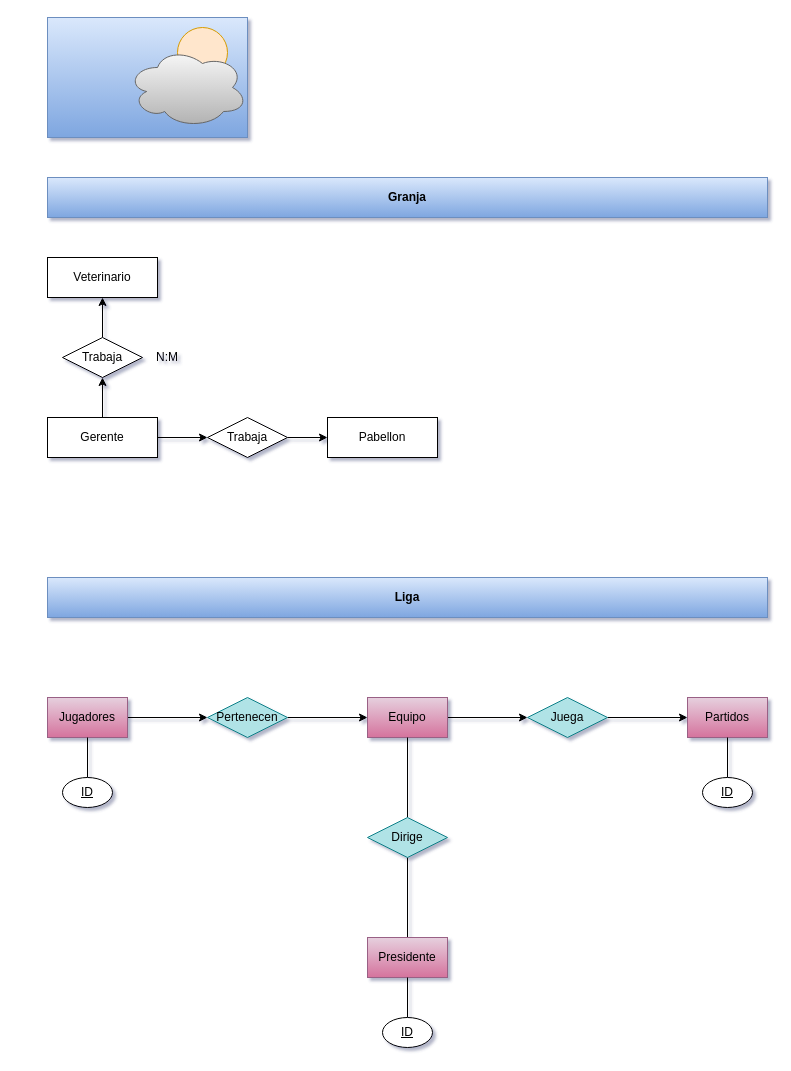
The draw.io diagram BAE/tarea1.drawio in toninavhd/1-DAW_pt2, before the edit. Source tidied: cells renumbered, new cells numbered last; positions are measured from the earlier drawing's top-left corner, leaving out a move shared by most shapes. Both pictures are drawn from the tidied source at 100%, with x=0, y=0 at pixel (47, 17).
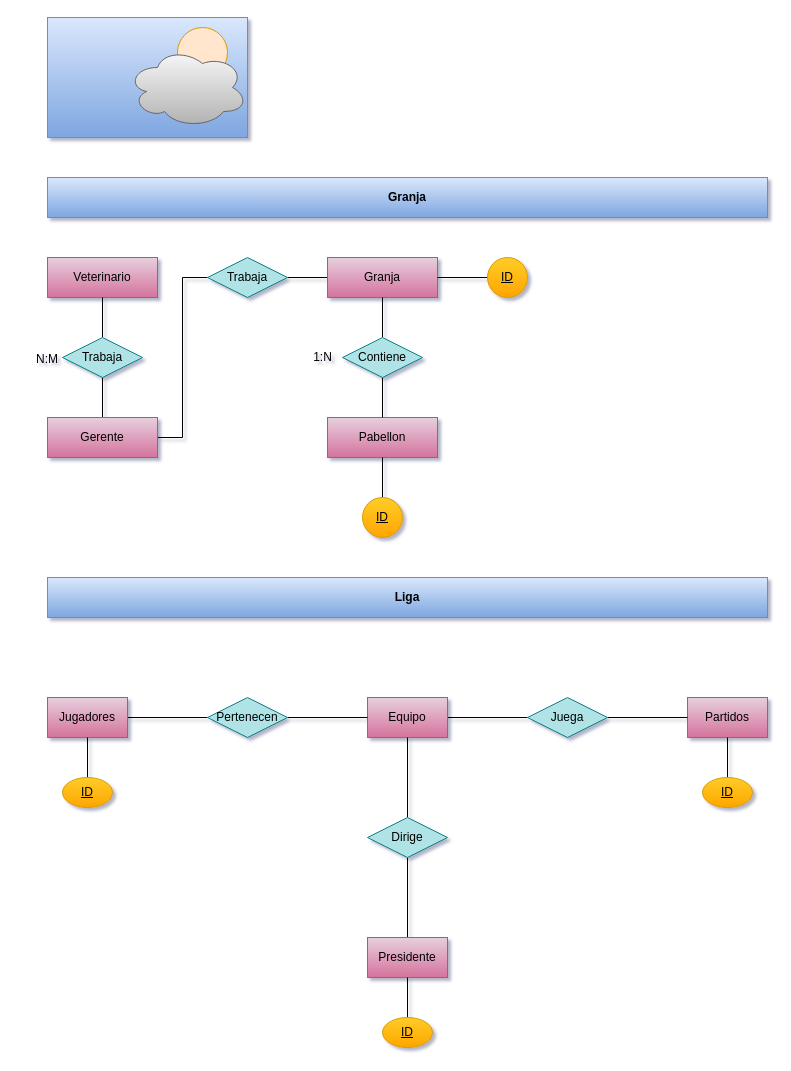
Above is the later version.

The change refers to these unchanged cells:
```xml
<mxCell id="18" value="Jugadores" style="rounded=0;whiteSpace=wrap;html=1;fillColor=#e6d0de;gradientColor=#d5739d;strokeColor=#996185;" parent="1" vertex="1">
  <mxGeometry y="680" width="80" height="40" as="geometry" />
</mxCell>
<mxCell id="20" value="Equipo" style="rounded=0;whiteSpace=wrap;html=1;fillColor=#e6d0de;gradientColor=#d5739d;strokeColor=#996185;" parent="1" vertex="1">
  <mxGeometry x="320" y="680" width="80" height="40" as="geometry" />
</mxCell>
<mxCell id="21" value="&lt;div&gt;Partidos&lt;/div&gt;" style="rounded=0;whiteSpace=wrap;html=1;fillColor=#e6d0de;gradientColor=#d5739d;strokeColor=#996185;" parent="1" vertex="1">
  <mxGeometry x="640" y="680" width="80" height="40" as="geometry" />
</mxCell>
<mxCell id="23" value="Pertenecen" style="rhombus;whiteSpace=wrap;html=1;fillColor=#b0e3e6;strokeColor=#0e8088;" parent="1" vertex="1">
  <mxGeometry x="160" y="680" width="80" height="40" as="geometry" />
</mxCell>
<mxCell id="25" value="&lt;div&gt;Juega&lt;/div&gt;" style="rhombus;whiteSpace=wrap;html=1;fillColor=#b0e3e6;strokeColor=#0e8088;" parent="1" vertex="1">
  <mxGeometry x="480" y="680" width="80" height="40" as="geometry" />
</mxCell>
```

The edit, as a diff of the source:
```diff
@@
-    <mxCell id="5" value="&lt;div&gt;Veterinario&lt;/div&gt;" style="rounded=0;whiteSpace=wrap;html=1;" parent="1" vertex="1">
+    <mxCell id="5" value="&lt;div&gt;Veterinario&lt;/div&gt;" style="rounded=0;whiteSpace=wrap;html=1;fillColor=#e6d0de;gradientColor=#d5739d;strokeColor=#996185;" parent="1" vertex="1">
       <mxGeometry y="240" width="110" height="40" as="geometry" />
     </mxCell>
-    <mxCell id="6" style="edgeStyle=orthogonalEdgeStyle;rounded=0;jettySize=auto;html=1;exitX=0.5;exitY=0;exitDx=0;exitDy=0;entryX=0.5;entryY=1;entryDx=0;entryDy=0;" parent="1" edge="1" source="8" target="10">
+    <mxCell id="6" style="edgeStyle=orthogonalEdgeStyle;rounded=0;jettySize=auto;html=1;exitX=0.5;exitY=0;exitDx=0;exitDy=0;entryX=0.5;entryY=1;entryDx=0;entryDy=0;endArrow=none;endFill=0;" parent="1" edge="1" source="8" target="10">
       <mxGeometry relative="1" as="geometry" />
     </mxCell>
-    <mxCell id="7" style="edgeStyle=orthogonalEdgeStyle;rounded=0;jettySize=auto;html=1;exitX=1;exitY=0.5;exitDx=0;exitDy=0;entryX=0;entryY=0.5;entryDx=0;entryDy=0;" parent="1" edge="1" source="8" target="12">
+    <mxCell id="7" style="edgeStyle=orthogonalEdgeStyle;rounded=0;jettySize=auto;html=1;exitX=1;exitY=0.5;exitDx=0;exitDy=0;entryX=0;entryY=0.5;entryDx=0;entryDy=0;endArrow=none;endFill=0;" parent="1" edge="1" source="8" target="12">
       <mxGeometry relative="1" as="geometry" />
     </mxCell>
-    <mxCell id="8" value="&lt;div&gt;Gerente&lt;/div&gt;" style="rounded=0;whiteSpace=wrap;html=1;" parent="1" vertex="1">
+    <mxCell id="8" value="&lt;div&gt;Gerente&lt;/div&gt;" style="rounded=0;whiteSpace=wrap;html=1;fillColor=#e6d0de;gradientColor=#d5739d;strokeColor=#996185;" parent="1" vertex="1">
       <mxGeometry y="400" width="110" height="40" as="geometry" />
     </mxCell>
-    <mxCell id="9" style="edgeStyle=orthogonalEdgeStyle;rounded=0;jettySize=auto;html=1;exitX=0.5;exitY=0;exitDx=0;exitDy=0;" parent="1" edge="1" source="10" target="5">
+    <mxCell id="9" style="edgeStyle=orthogonalEdgeStyle;rounded=0;jettySize=auto;html=1;exitX=0.5;exitY=0;exitDx=0;exitDy=0;endArrow=none;endFill=0;" parent="1" edge="1" source="10" target="5">
       <mxGeometry relative="1" as="geometry" />
     </mxCell>
-    <mxCell id="10" value="&lt;div&gt;Trabaja&lt;/div&gt;" style="rhombus;whiteSpace=wrap;html=1;" parent="1" vertex="1">
+    <mxCell id="10" value="&lt;div&gt;Trabaja&lt;/div&gt;" style="rhombus;whiteSpace=wrap;html=1;fillColor=#b0e3e6;strokeColor=#0e8088;" parent="1" vertex="1">
       <mxGeometry x="15" y="320" width="80" height="40" as="geometry" />
     </mxCell>
-    <mxCell id="11" style="edgeStyle=orthogonalEdgeStyle;rounded=0;jettySize=auto;html=1;exitX=1;exitY=0.5;exitDx=0;exitDy=0;" parent="1" edge="1" source="12" target="16">
-      <mxGeometry relative="1" as="geometry" />
-    </mxCell>
+    <mxCell id="36" style="edgeStyle=orthogonalEdgeStyle;rounded=0;jettySize=auto;html=1;exitX=1;exitY=0.5;exitDx=0;exitDy=0;entryX=0;entryY=0.5;entryDx=0;entryDy=0;endArrow=none;endFill=0;" parent="1" edge="1" source="12" target="39">
+      <mxGeometry relative="1" as="geometry" />
+    </mxCell>
-    <mxCell id="12" value="&lt;div&gt;Trabaja&lt;/div&gt;" style="rhombus;whiteSpace=wrap;html=1;" parent="1" vertex="1">
-      <mxGeometry x="160" y="400" width="80" height="40" as="geometry" />
+    <mxCell id="12" value="&lt;div&gt;Trabaja&lt;/div&gt;" style="rhombus;whiteSpace=wrap;html=1;fillColor=#b0e3e6;strokeColor=#0e8088;" parent="1" vertex="1">
+      <mxGeometry x="160" y="240" width="80" height="40" as="geometry" />
     </mxCell>
     <mxCell id="13" value="N:M" style="text;html=1;align=center;verticalAlign=middle;whiteSpace=wrap;rounded=0;" parent="1" vertex="1">
-      <mxGeometry x="90" y="325" width="60" height="30" as="geometry" />
+      <mxGeometry x="-30" y="327" width="60" height="30" as="geometry" />
     </mxCell>
@@
-    <mxCell id="16" value="&lt;div&gt;Pabellon&lt;/div&gt;" style="rounded=0;whiteSpace=wrap;html=1;" parent="1" vertex="1">
+    <mxCell id="16" value="&lt;div&gt;Pabellon&lt;/div&gt;" style="rounded=0;whiteSpace=wrap;html=1;fillColor=#e6d0de;gradientColor=#d5739d;strokeColor=#996185;" parent="1" vertex="1">
       <mxGeometry x="280" y="400" width="110" height="40" as="geometry" />
     </mxCell>
-    <mxCell id="17" style="edgeStyle=orthogonalEdgeStyle;rounded=0;jettySize=auto;html=1;exitX=1;exitY=0.5;exitDx=0;exitDy=0;entryX=0;entryY=0.5;entryDx=0;entryDy=0;" parent="1" edge="1" source="18" target="23">
+    <mxCell id="17" style="edgeStyle=orthogonalEdgeStyle;rounded=0;jettySize=auto;html=1;exitX=1;exitY=0.5;exitDx=0;exitDy=0;entryX=0;entryY=0.5;entryDx=0;entryDy=0;endArrow=none;endFill=0;" parent="1" edge="1" source="18" target="23">
       <mxGeometry relative="1" as="geometry" />
     </mxCell>
@@
-    <mxCell id="19" style="edgeStyle=orthogonalEdgeStyle;rounded=0;jettySize=auto;html=1;exitX=1;exitY=0.5;exitDx=0;exitDy=0;entryX=0;entryY=0.5;entryDx=0;entryDy=0;" parent="1" edge="1" source="20" target="25">
+    <mxCell id="19" style="edgeStyle=orthogonalEdgeStyle;rounded=0;jettySize=auto;html=1;exitX=1;exitY=0.5;exitDx=0;exitDy=0;entryX=0;entryY=0.5;entryDx=0;entryDy=0;endArrow=none;endFill=0;" parent="1" edge="1" source="20" target="25">
       <mxGeometry relative="1" as="geometry" />
     </mxCell>
@@
-    <mxCell id="22" style="edgeStyle=orthogonalEdgeStyle;rounded=0;jettySize=auto;html=1;exitX=1;exitY=0.5;exitDx=0;exitDy=0;entryX=0;entryY=0.5;entryDx=0;entryDy=0;" parent="1" edge="1" source="23" target="20">
+    <mxCell id="22" style="edgeStyle=orthogonalEdgeStyle;rounded=0;jettySize=auto;html=1;exitX=1;exitY=0.5;exitDx=0;exitDy=0;entryX=0;entryY=0.5;entryDx=0;entryDy=0;endArrow=none;endFill=0;" parent="1" edge="1" source="23" target="20">
       <mxGeometry relative="1" as="geometry" />
     </mxCell>
@@
-    <mxCell id="24" style="edgeStyle=orthogonalEdgeStyle;rounded=0;jettySize=auto;html=1;exitX=1;exitY=0.5;exitDx=0;exitDy=0;entryX=0;entryY=0.5;entryDx=0;entryDy=0;" parent="1" edge="1" source="25" target="21">
+    <mxCell id="24" style="edgeStyle=orthogonalEdgeStyle;rounded=0;jettySize=auto;html=1;exitX=1;exitY=0.5;exitDx=0;exitDy=0;entryX=0;entryY=0.5;entryDx=0;entryDy=0;endArrow=none;endFill=0;" parent="1" edge="1" source="25" target="21">
       <mxGeometry relative="1" as="geometry" />
     </mxCell>
@@
-    <mxCell id="31" value="&lt;u&gt;ID&lt;/u&gt;" style="ellipse;whiteSpace=wrap;html=1;" parent="1" vertex="1">
+    <mxCell id="31" value="&lt;u&gt;ID&lt;/u&gt;" style="ellipse;whiteSpace=wrap;html=1;fillColor=#ffcd28;strokeColor=#d79b00;gradientColor=#ffa500;" parent="1" vertex="1">
       <mxGeometry x="15" y="760" width="50" height="30" as="geometry" />
     </mxCell>
@@
-    <mxCell id="33" value="&lt;u&gt;ID&lt;/u&gt;" style="ellipse;whiteSpace=wrap;html=1;" parent="1" vertex="1">
+    <mxCell id="33" value="&lt;u&gt;ID&lt;/u&gt;" style="ellipse;whiteSpace=wrap;html=1;fillColor=#ffcd28;strokeColor=#d79b00;gradientColor=#ffa500;" parent="1" vertex="1">
       <mxGeometry x="335" y="1000" width="50" height="30" as="geometry" />
     </mxCell>
@@
-    <mxCell id="35" value="&lt;u&gt;ID&lt;/u&gt;" style="ellipse;whiteSpace=wrap;html=1;" parent="1" vertex="1">
+    <mxCell id="35" value="&lt;u&gt;ID&lt;/u&gt;" style="ellipse;whiteSpace=wrap;html=1;fillColor=#ffcd28;strokeColor=#d79b00;gradientColor=#ffa500;" parent="1" vertex="1">
       <mxGeometry x="655" y="760" width="50" height="30" as="geometry" />
     </mxCell>
+    <mxCell id="37" style="edgeStyle=orthogonalEdgeStyle;rounded=0;jettySize=auto;html=1;exitX=0.5;exitY=0;exitDx=0;exitDy=0;entryX=0.5;entryY=1;entryDx=0;entryDy=0;endArrow=none;endFill=0;" parent="1" edge="1" source="38" target="16">
+      <mxGeometry relative="1" as="geometry" />
+    </mxCell>
+    <mxCell id="38" value="&lt;u&gt;ID&lt;/u&gt;" style="ellipse;whiteSpace=wrap;html=1;fillColor=#ffcd28;gradientColor=#ffa500;strokeColor=#d79b00;" parent="1" vertex="1">
+      <mxGeometry x="315" y="480" width="40" height="40" as="geometry" />
+    </mxCell>
+    <mxCell id="39" value="&lt;div&gt;Granja&lt;/div&gt;" style="rounded=0;whiteSpace=wrap;html=1;fillColor=#e6d0de;gradientColor=#d5739d;strokeColor=#996185;" parent="1" vertex="1">
+      <mxGeometry x="280" y="240" width="110" height="40" as="geometry" />
+    </mxCell>
+    <mxCell id="40" style="edgeStyle=orthogonalEdgeStyle;rounded=0;jettySize=auto;html=1;exitX=0.5;exitY=0;exitDx=0;exitDy=0;entryX=0.5;entryY=1;entryDx=0;entryDy=0;endArrow=none;endFill=0;" parent="1" edge="1" source="42" target="39">
+      <mxGeometry relative="1" as="geometry" />
+    </mxCell>
+    <mxCell id="41" style="edgeStyle=orthogonalEdgeStyle;rounded=0;jettySize=auto;html=1;exitX=0.5;exitY=1;exitDx=0;exitDy=0;entryX=0.5;entryY=0;entryDx=0;entryDy=0;endArrow=none;endFill=0;" parent="1" edge="1" source="42" target="16">
+      <mxGeometry relative="1" as="geometry" />
+    </mxCell>
+    <mxCell id="42" value="Contiene" style="rhombus;whiteSpace=wrap;html=1;fillColor=#b0e3e6;strokeColor=#0e8088;" parent="1" vertex="1">
+      <mxGeometry x="295" y="320" width="80" height="40" as="geometry" />
+    </mxCell>
+    <mxCell id="43" style="edgeStyle=orthogonalEdgeStyle;rounded=0;jettySize=auto;html=1;exitX=0;exitY=0.5;exitDx=0;exitDy=0;endArrow=none;endFill=0;" parent="1" edge="1" source="44" target="39">
+      <mxGeometry relative="1" as="geometry" />
+    </mxCell>
+    <mxCell id="44" value="&lt;u&gt;ID&lt;/u&gt;" style="ellipse;whiteSpace=wrap;html=1;fillColor=#ffcd28;gradientColor=#ffa500;strokeColor=#d79b00;" parent="1" vertex="1">
+      <mxGeometry x="440" y="240" width="40" height="40" as="geometry" />
+    </mxCell>
+    <mxCell id="45" value="1:N" style="text;html=1;align=center;verticalAlign=middle;strokeColor=none;fillColor=none;" parent="1" vertex="1">
+      <mxGeometry x="255" y="325" width="40" height="30" as="geometry" />
+    </mxCell>
```
